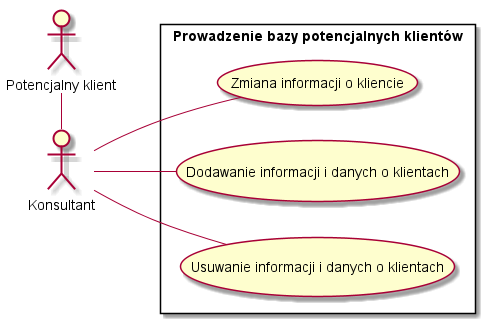
pixellos/Agh.5.Psi keeps this PlantUML diagram as src/Projekt systemu/Projekt systemu-4.png. Above is the earlier version. The source it was exported from:
```plantuml
@startuml
left to right direction
skinparam packageStyle rectangle
actor :Potencjalny klient:
actor Konsultant
rectangle "Prowadzenie bazy potencjalnych klientów" {
    (Konsultant) -- (Zmiana informacji o kliencie)
    (Konsultant) -- (Dodawanie informacji i danych o klientach)
    (Konsultant) -- (Usuwanie informacji i danych o klientach)
    :Potencjalny klient: - (Konsultant)
}
@enduml
```
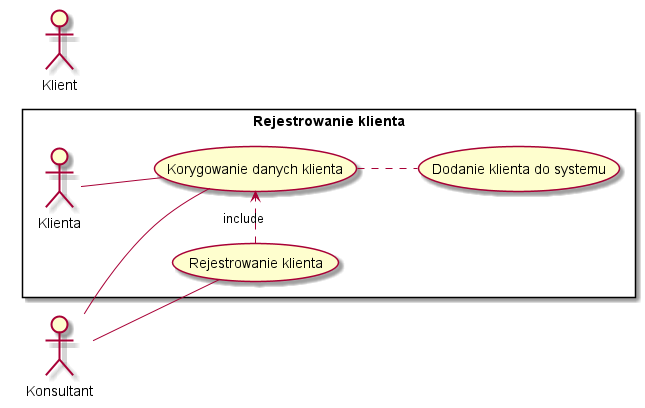
After the change.

The edit, as a diff of the source:
```diff
@@ -1,12 +1,13 @@
 @startuml
 left to right direction
 skinparam packageStyle rectangle
-actor :Potencjalny klient:
 actor Konsultant
-rectangle "Prowadzenie bazy potencjalnych klientów" {
-    (Konsultant) -- (Zmiana informacji o kliencie)
-    (Konsultant) -- (Dodawanie informacji i danych o klientach)
-    (Konsultant) -- (Usuwanie informacji i danych o klientach)
-    :Potencjalny klient: - (Konsultant)
+actor Klient
+rectangle "Rejestrowanie klienta" {
+  (Korygowanie danych klienta) ..  (Dodanie klienta do systemu)
+  (Rejestrowanie klienta) .> (Korygowanie danych klienta) : include
+  Konsultant -- (Rejestrowanie klienta)
+  Konsultant -- (Korygowanie danych klienta)
+  Klienta -- (Korygowanie danych klienta)
 }
 @enduml
```
